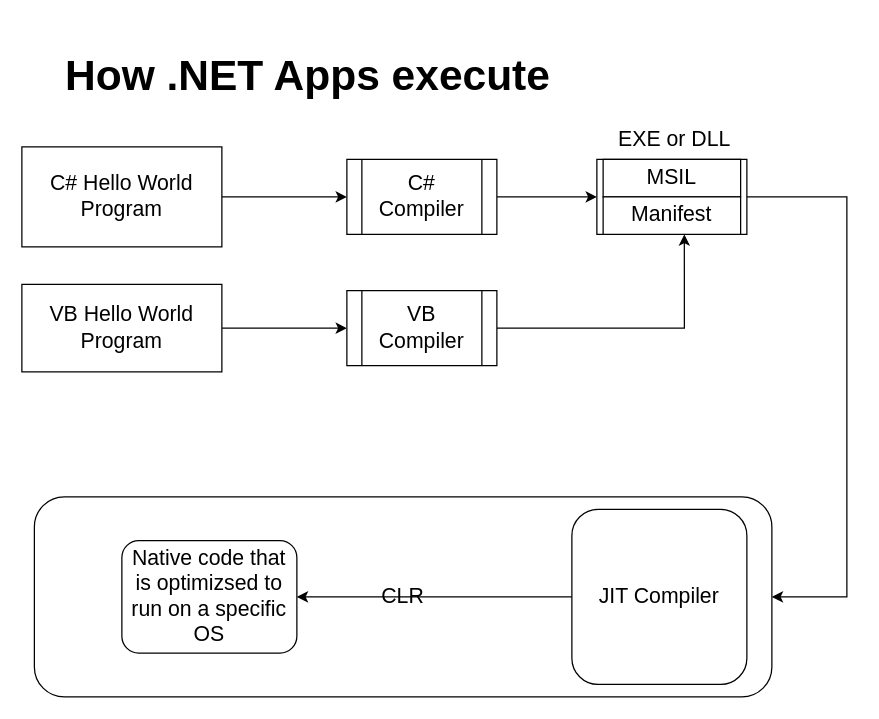
Before: page ".NET Execution" (2 of 3) of Dotnet Programming/Dotnet-Diagrams.drawio in phani-training/Starmark-Training, a draw.io diagram. Source tidied: cells renumbered, new cells numbered last; positions are measured from the earlier drawing's top-left corner, leaving out a move shared by most shapes. Both pictures are drawn from the tidied source at 125%, with x=0, y=0 at pixel (21, 34).
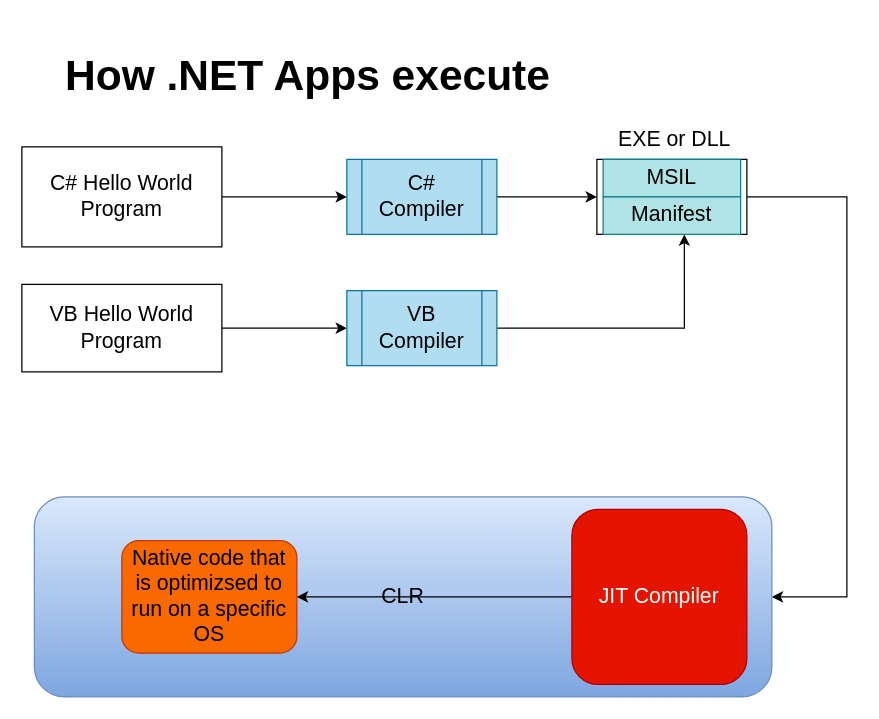
The same page after the edit.

The edit, as a diff of the source:
```diff
@@
-    <mxCell id="8" value="C# Compiler" style="shape=process;whiteSpace=wrap;html=1;backgroundOutline=1;fontSize=17;rounded=0;" parent="1" vertex="1">
+    <mxCell id="8" value="C# Compiler" style="shape=process;whiteSpace=wrap;html=1;backgroundOutline=1;fontSize=17;rounded=0;fillColor=#b1ddf0;strokeColor=#10739e;" parent="1" vertex="1">
       <mxGeometry x="260" y="100" width="120" height="60" as="geometry" />
     </mxCell>
@@
-    <mxCell id="10" value="MSIL" style="rounded=0;whiteSpace=wrap;html=1;fontSize=17;" parent="1" vertex="1">
+    <mxCell id="10" value="MSIL" style="rounded=0;whiteSpace=wrap;html=1;fontSize=17;fillColor=#b0e3e6;strokeColor=#0e8088;" parent="1" vertex="1">
       <mxGeometry x="465" y="100" width="110" height="30" as="geometry" />
     </mxCell>
@@
-    <mxCell id="14" value="VB Compiler" style="shape=process;whiteSpace=wrap;html=1;backgroundOutline=1;fontSize=17;rounded=0;" parent="1" vertex="1">
+    <mxCell id="14" value="VB Compiler" style="shape=process;whiteSpace=wrap;html=1;backgroundOutline=1;fontSize=17;rounded=0;fillColor=#b1ddf0;strokeColor=#10739e;" parent="1" vertex="1">
       <mxGeometry x="260" y="205" width="120" height="60" as="geometry" />
     </mxCell>
-    <mxCell id="15" value="Manifest" style="rounded=0;whiteSpace=wrap;html=1;fontSize=17;" parent="1" vertex="1">
+    <mxCell id="15" value="Manifest" style="rounded=0;whiteSpace=wrap;html=1;fontSize=17;fillColor=#b0e3e6;strokeColor=#0e8088;" parent="1" vertex="1">
       <mxGeometry x="465" y="130" width="110" height="30" as="geometry" />
     </mxCell>
-    <mxCell id="16" value="CLR" style="rounded=1;whiteSpace=wrap;html=1;fontSize=17;" parent="1" vertex="1">
+    <mxCell id="16" value="CLR" style="rounded=1;whiteSpace=wrap;html=1;fontSize=17;fillColor=#dae8fc;gradientColor=#7ea6e0;strokeColor=#6c8ebf;" parent="1" vertex="1">
       <mxGeometry x="10" y="370" width="590" height="160" as="geometry" />
     </mxCell>
@@
-    <mxCell id="18" value="JIT Compiler" style="rounded=1;whiteSpace=wrap;html=1;fontSize=17;" parent="1" vertex="1">
+    <mxCell id="18" value="JIT Compiler" style="rounded=1;whiteSpace=wrap;html=1;fontSize=17;fillColor=#e51400;fontColor=#ffffff;strokeColor=#B20000;" parent="1" vertex="1">
       <mxGeometry x="440" y="380" width="140" height="140" as="geometry" />
     </mxCell>
-    <mxCell id="19" value="Native code that is optimizsed to run on a specific OS" style="whiteSpace=wrap;html=1;fontSize=17;rounded=1;" parent="1" vertex="1">
+    <mxCell id="19" value="Native code that is optimizsed to run on a specific OS" style="whiteSpace=wrap;html=1;fontSize=17;rounded=1;fillColor=#fa6800;fontColor=#000000;strokeColor=#C73500;" parent="1" vertex="1">
       <mxGeometry x="80" y="405" width="140" height="90" as="geometry" />
     </mxCell>
```
